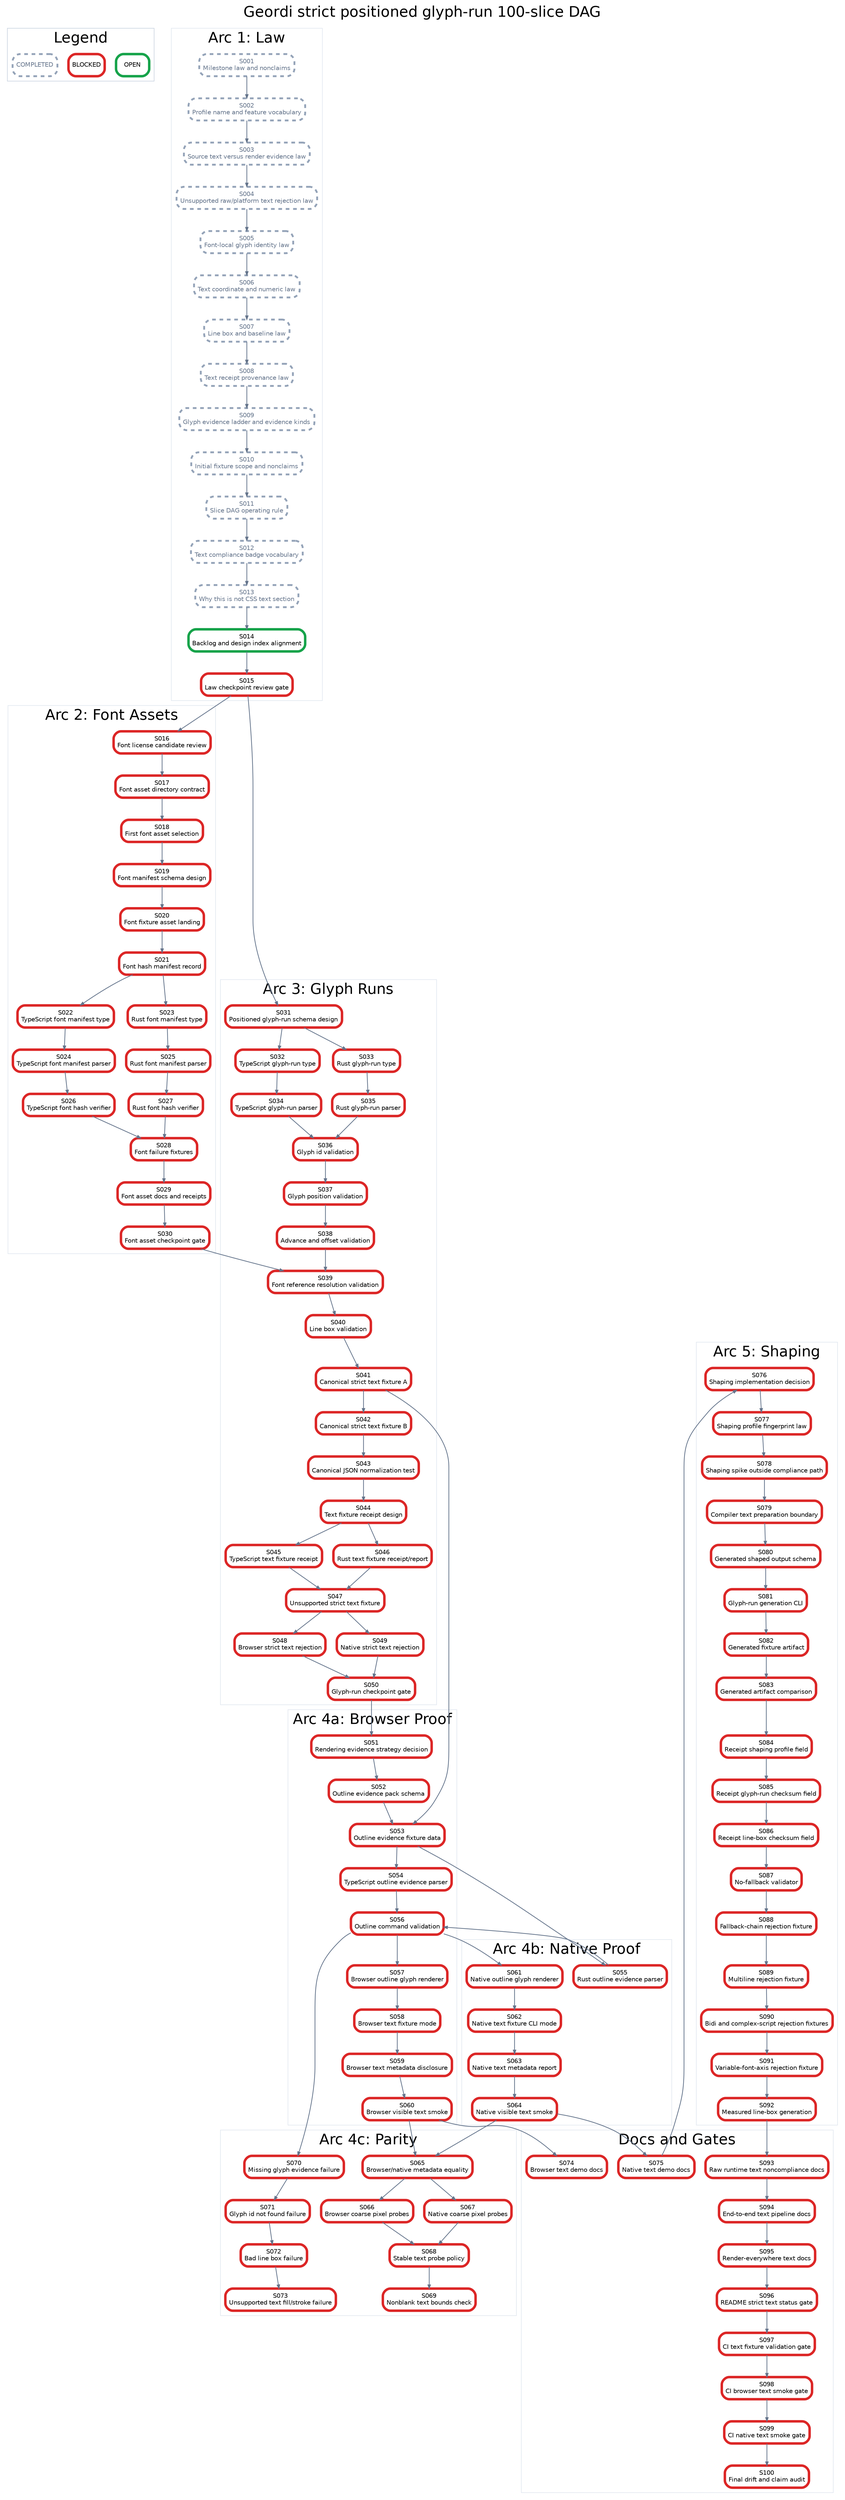
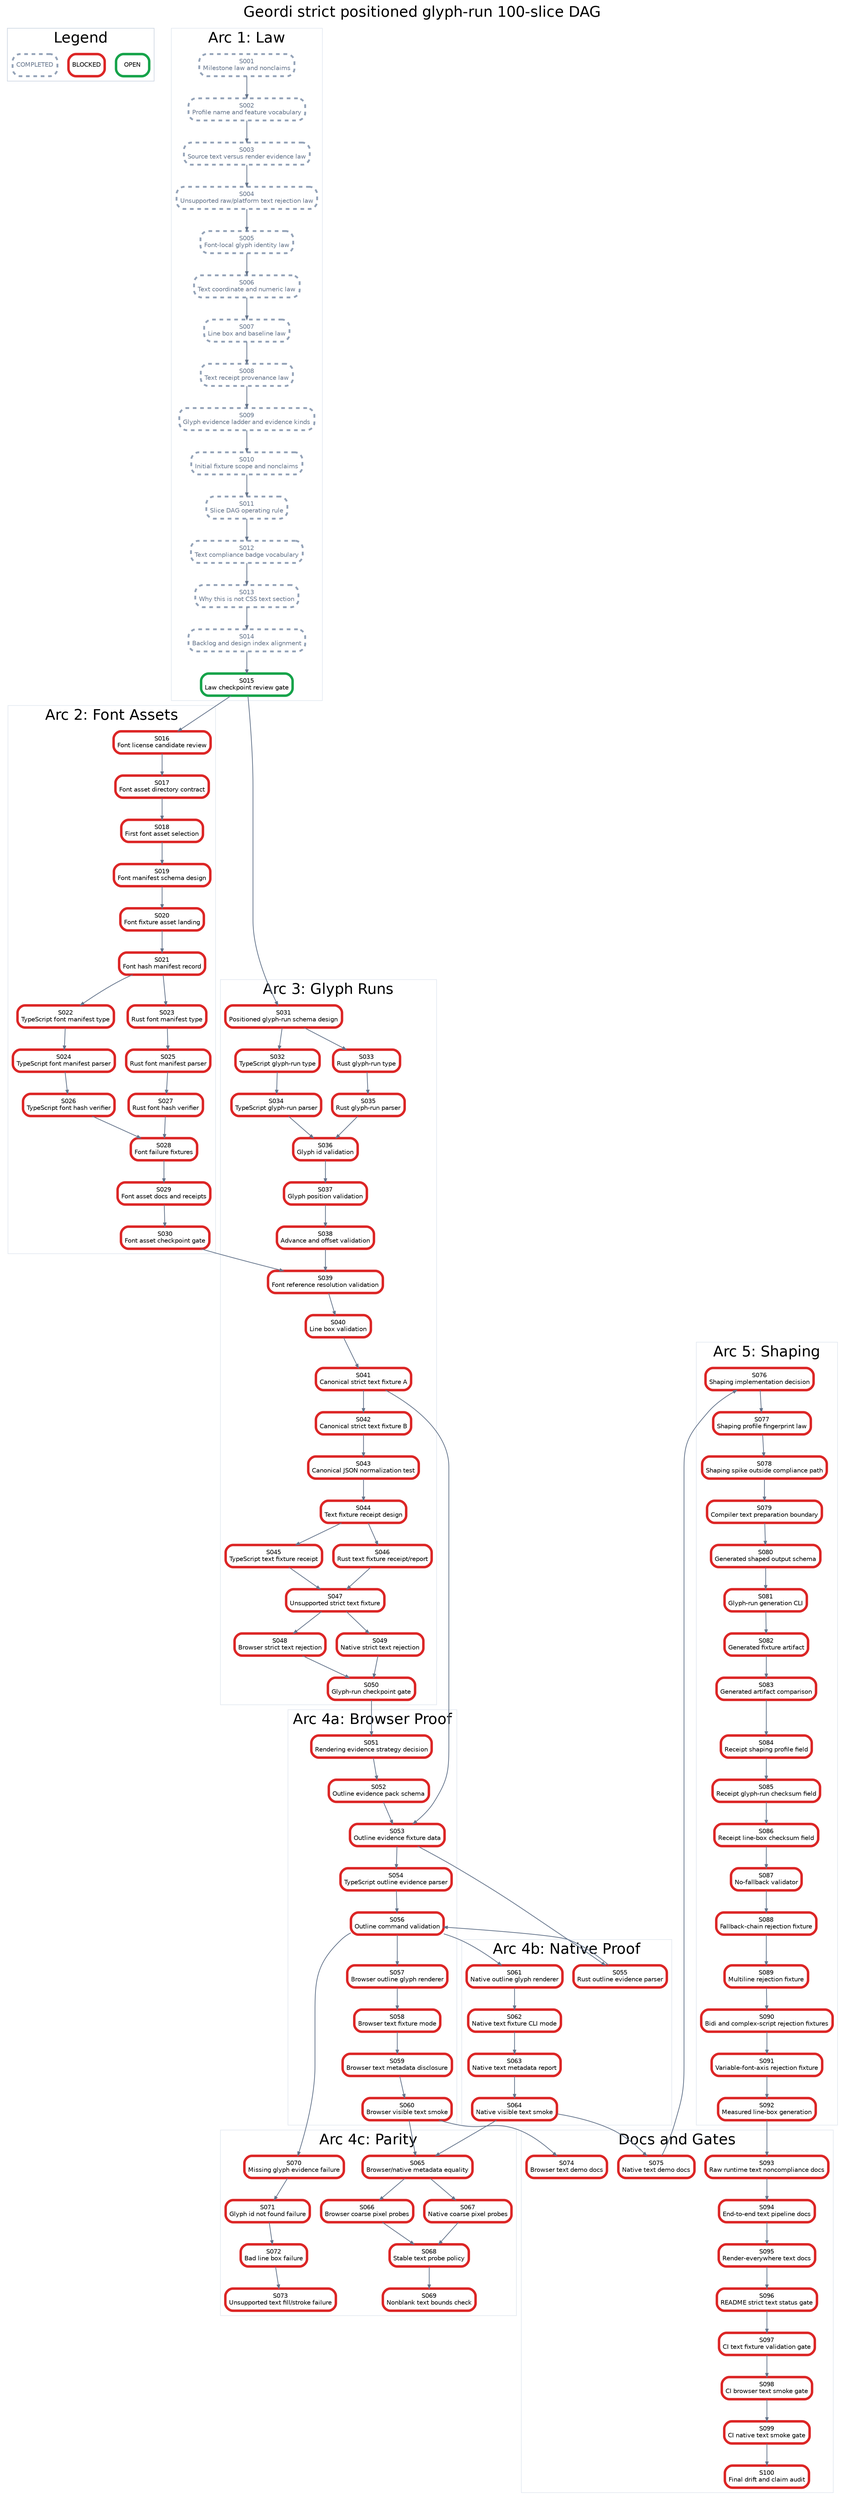
digraph StrictPositionedGlyphRunPlan {
  graph [rankdir=TB, bgcolor="white", fontname="Helvetica", label="Geordi strict positioned glyph-run 100-slice DAG", labelloc="t", fontsize=24];
  node [shape=box, style="rounded,filled", fillcolor="white", fontname="Helvetica", fontsize=10, margin="0.08,0.05"];
  edge [color="#64748b", arrowsize=0.6, penwidth=1.2];

  subgraph cluster_legend {
    label="Legend";
    color="#cbd5e1";
    legend_open [label="OPEN", color="#16a34a", penwidth=4];
    legend_blocked [label="BLOCKED", color="#dc2626", penwidth=4];
    legend_done [label="COMPLETED", color="#94a3b8", penwidth=3, style="rounded,filled,dashed", fontcolor="#64748b"];
  }

  subgraph cluster_law {
    label="Arc 1: Law";
    color="#e2e8f0";
    S001 [label="S001\nMilestone law and nonclaims", color="#94a3b8", penwidth=3, style="rounded,filled,dashed", fontcolor="#64748b"];
    S002 [label="S002\nProfile name and feature vocabulary", color="#94a3b8", penwidth=3, style="rounded,filled,dashed", fontcolor="#64748b"];
    S003 [label="S003\nSource text versus render evidence law", color="#94a3b8", penwidth=3, style="rounded,filled,dashed", fontcolor="#64748b"];
    S004 [label="S004\nUnsupported raw/platform text rejection law", color="#94a3b8", penwidth=3, style="rounded,filled,dashed", fontcolor="#64748b"];
    S005 [label="S005\nFont-local glyph identity law", color="#94a3b8", penwidth=3, style="rounded,filled,dashed", fontcolor="#64748b"];
    S006 [label="S006\nText coordinate and numeric law", color="#94a3b8", penwidth=3, style="rounded,filled,dashed", fontcolor="#64748b"];
    S007 [label="S007\nLine box and baseline law", color="#94a3b8", penwidth=3, style="rounded,filled,dashed", fontcolor="#64748b"];
    S008 [label="S008\nText receipt provenance law", color="#94a3b8", penwidth=3, style="rounded,filled,dashed", fontcolor="#64748b"];
    S009 [label="S009\nGlyph evidence ladder and evidence kinds", color="#94a3b8", penwidth=3, style="rounded,filled,dashed", fontcolor="#64748b"];
    S010 [label="S010\nInitial fixture scope and nonclaims", color="#94a3b8", penwidth=3, style="rounded,filled,dashed", fontcolor="#64748b"];
    S011 [label="S011\nSlice DAG operating rule", color="#94a3b8", penwidth=3, style="rounded,filled,dashed", fontcolor="#64748b"];
    S012 [label="S012\nText compliance badge vocabulary", color="#94a3b8", penwidth=3, style="rounded,filled,dashed", fontcolor="#64748b"];
    S013 [label="S013\nWhy this is not CSS text section", color="#94a3b8", penwidth=3, style="rounded,filled,dashed", fontcolor="#64748b"];
-     S014 [label="S014\nBacklog and design index alignment", color="#16a34a", penwidth=4];
-     S015 [label="S015\nLaw checkpoint review gate", color="#dc2626", penwidth=4];
+     S014 [label="S014\nBacklog and design index alignment", color="#94a3b8", penwidth=3, style="rounded,filled,dashed", fontcolor="#64748b"];
+     S015 [label="S015\nLaw checkpoint review gate", color="#16a34a", penwidth=4];
  }

  subgraph cluster_assets {
    label="Arc 2: Font Assets";
    color="#e2e8f0";
    S016 [label="S016\nFont license candidate review", color="#dc2626", penwidth=4];
    S017 [label="S017\nFont asset directory contract", color="#dc2626", penwidth=4];
    S018 [label="S018\nFirst font asset selection", color="#dc2626", penwidth=4];
    S019 [label="S019\nFont manifest schema design", color="#dc2626", penwidth=4];
    S020 [label="S020\nFont fixture asset landing", color="#dc2626", penwidth=4];
    S021 [label="S021\nFont hash manifest record", color="#dc2626", penwidth=4];
    S022 [label="S022\nTypeScript font manifest type", color="#dc2626", penwidth=4];
    S023 [label="S023\nRust font manifest type", color="#dc2626", penwidth=4];
    S024 [label="S024\nTypeScript font manifest parser", color="#dc2626", penwidth=4];
    S025 [label="S025\nRust font manifest parser", color="#dc2626", penwidth=4];
    S026 [label="S026\nTypeScript font hash verifier", color="#dc2626", penwidth=4];
    S027 [label="S027\nRust font hash verifier", color="#dc2626", penwidth=4];
    S028 [label="S028\nFont failure fixtures", color="#dc2626", penwidth=4];
    S029 [label="S029\nFont asset docs and receipts", color="#dc2626", penwidth=4];
    S030 [label="S030\nFont asset checkpoint gate", color="#dc2626", penwidth=4];
  }

  subgraph cluster_glyph {
    label="Arc 3: Glyph Runs";
    color="#e2e8f0";
    S031 [label="S031\nPositioned glyph-run schema design", color="#dc2626", penwidth=4];
    S032 [label="S032\nTypeScript glyph-run type", color="#dc2626", penwidth=4];
    S033 [label="S033\nRust glyph-run type", color="#dc2626", penwidth=4];
    S034 [label="S034\nTypeScript glyph-run parser", color="#dc2626", penwidth=4];
    S035 [label="S035\nRust glyph-run parser", color="#dc2626", penwidth=4];
    S036 [label="S036\nGlyph id validation", color="#dc2626", penwidth=4];
    S037 [label="S037\nGlyph position validation", color="#dc2626", penwidth=4];
    S038 [label="S038\nAdvance and offset validation", color="#dc2626", penwidth=4];
    S039 [label="S039\nFont reference resolution validation", color="#dc2626", penwidth=4];
    S040 [label="S040\nLine box validation", color="#dc2626", penwidth=4];
    S041 [label="S041\nCanonical strict text fixture A", color="#dc2626", penwidth=4];
    S042 [label="S042\nCanonical strict text fixture B", color="#dc2626", penwidth=4];
    S043 [label="S043\nCanonical JSON normalization test", color="#dc2626", penwidth=4];
    S044 [label="S044\nText fixture receipt design", color="#dc2626", penwidth=4];
    S045 [label="S045\nTypeScript text fixture receipt", color="#dc2626", penwidth=4];
    S046 [label="S046\nRust text fixture receipt/report", color="#dc2626", penwidth=4];
    S047 [label="S047\nUnsupported strict text fixture", color="#dc2626", penwidth=4];
    S048 [label="S048\nBrowser strict text rejection", color="#dc2626", penwidth=4];
    S049 [label="S049\nNative strict text rejection", color="#dc2626", penwidth=4];
    S050 [label="S050\nGlyph-run checkpoint gate", color="#dc2626", penwidth=4];
  }

  subgraph cluster_browser {
    label="Arc 4a: Browser Proof";
    color="#e2e8f0";
    S051 [label="S051\nRendering evidence strategy decision", color="#dc2626", penwidth=4];
    S052 [label="S052\nOutline evidence pack schema", color="#dc2626", penwidth=4];
    S053 [label="S053\nOutline evidence fixture data", color="#dc2626", penwidth=4];
    S054 [label="S054\nTypeScript outline evidence parser", color="#dc2626", penwidth=4];
    S056 [label="S056\nOutline command validation", color="#dc2626", penwidth=4];
    S057 [label="S057\nBrowser outline glyph renderer", color="#dc2626", penwidth=4];
    S058 [label="S058\nBrowser text fixture mode", color="#dc2626", penwidth=4];
    S059 [label="S059\nBrowser text metadata disclosure", color="#dc2626", penwidth=4];
    S060 [label="S060\nBrowser visible text smoke", color="#dc2626", penwidth=4];
  }

  subgraph cluster_native {
    label="Arc 4b: Native Proof";
    color="#e2e8f0";
    S055 [label="S055\nRust outline evidence parser", color="#dc2626", penwidth=4];
    S061 [label="S061\nNative outline glyph renderer", color="#dc2626", penwidth=4];
    S062 [label="S062\nNative text fixture CLI mode", color="#dc2626", penwidth=4];
    S063 [label="S063\nNative text metadata report", color="#dc2626", penwidth=4];
    S064 [label="S064\nNative visible text smoke", color="#dc2626", penwidth=4];
  }

  subgraph cluster_parity {
    label="Arc 4c: Parity";
    color="#e2e8f0";
    S065 [label="S065\nBrowser/native metadata equality", color="#dc2626", penwidth=4];
    S066 [label="S066\nBrowser coarse pixel probes", color="#dc2626", penwidth=4];
    S067 [label="S067\nNative coarse pixel probes", color="#dc2626", penwidth=4];
    S068 [label="S068\nStable text probe policy", color="#dc2626", penwidth=4];
    S069 [label="S069\nNonblank text bounds check", color="#dc2626", penwidth=4];
    S070 [label="S070\nMissing glyph evidence failure", color="#dc2626", penwidth=4];
    S071 [label="S071\nGlyph id not found failure", color="#dc2626", penwidth=4];
    S072 [label="S072\nBad line box failure", color="#dc2626", penwidth=4];
    S073 [label="S073\nUnsupported text fill/stroke failure", color="#dc2626", penwidth=4];
  }

  subgraph cluster_shaping {
    label="Arc 5: Shaping";
    color="#e2e8f0";
    S076 [label="S076\nShaping implementation decision", color="#dc2626", penwidth=4];
    S077 [label="S077\nShaping profile fingerprint law", color="#dc2626", penwidth=4];
    S078 [label="S078\nShaping spike outside compliance path", color="#dc2626", penwidth=4];
    S079 [label="S079\nCompiler text preparation boundary", color="#dc2626", penwidth=4];
    S080 [label="S080\nGenerated shaped output schema", color="#dc2626", penwidth=4];
    S081 [label="S081\nGlyph-run generation CLI", color="#dc2626", penwidth=4];
    S082 [label="S082\nGenerated fixture artifact", color="#dc2626", penwidth=4];
    S083 [label="S083\nGenerated artifact comparison", color="#dc2626", penwidth=4];
    S084 [label="S084\nReceipt shaping profile field", color="#dc2626", penwidth=4];
    S085 [label="S085\nReceipt glyph-run checksum field", color="#dc2626", penwidth=4];
    S086 [label="S086\nReceipt line-box checksum field", color="#dc2626", penwidth=4];
    S087 [label="S087\nNo-fallback validator", color="#dc2626", penwidth=4];
    S088 [label="S088\nFallback-chain rejection fixture", color="#dc2626", penwidth=4];
    S089 [label="S089\nMultiline rejection fixture", color="#dc2626", penwidth=4];
    S090 [label="S090\nBidi and complex-script rejection fixtures", color="#dc2626", penwidth=4];
    S091 [label="S091\nVariable-font-axis rejection fixture", color="#dc2626", penwidth=4];
    S092 [label="S092\nMeasured line-box generation", color="#dc2626", penwidth=4];
  }

  subgraph cluster_docs {
    label="Docs and Gates";
    color="#e2e8f0";
    S074 [label="S074\nBrowser text demo docs", color="#dc2626", penwidth=4];
    S075 [label="S075\nNative text demo docs", color="#dc2626", penwidth=4];
    S093 [label="S093\nRaw runtime text noncompliance docs", color="#dc2626", penwidth=4];
    S094 [label="S094\nEnd-to-end text pipeline docs", color="#dc2626", penwidth=4];
    S095 [label="S095\nRender-everywhere text docs", color="#dc2626", penwidth=4];
    S096 [label="S096\nREADME strict text status gate", color="#dc2626", penwidth=4];
    S097 [label="S097\nCI text fixture validation gate", color="#dc2626", penwidth=4];
    S098 [label="S098\nCI browser text smoke gate", color="#dc2626", penwidth=4];
    S099 [label="S099\nCI native text smoke gate", color="#dc2626", penwidth=4];
    S100 [label="S100\nFinal drift and claim audit", color="#dc2626", penwidth=4];
  }

  S001 -> S002;
  S002 -> S003;
  S003 -> S004;
  S004 -> S005;
  S005 -> S006;
  S006 -> S007;
  S007 -> S008;
  S008 -> S009;
  S009 -> S010;
  S010 -> S011;
  S011 -> S012;
  S012 -> S013;
  S013 -> S014;
  S014 -> S015;
  S015 -> S016;
  S016 -> S017;
  S017 -> S018;
  S018 -> S019;
  S019 -> S020;
  S020 -> S021;
  S021 -> S022;
  S021 -> S023;
  S022 -> S024;
  S023 -> S025;
  S024 -> S026;
  S025 -> S027;
  S026 -> S028;
  S027 -> S028;
  S028 -> S029;
  S029 -> S030;
  S015 -> S031;
  S031 -> S032;
  S031 -> S033;
  S032 -> S034;
  S033 -> S035;
  S034 -> S036;
  S035 -> S036;
  S036 -> S037;
  S037 -> S038;
  S038 -> S039;
  S039 -> S040;
  S030 -> S039;
  S040 -> S041;
  S041 -> S042;
  S042 -> S043;
  S043 -> S044;
  S044 -> S045;
  S044 -> S046;
  S045 -> S047;
  S046 -> S047;
  S047 -> S048;
  S047 -> S049;
  S048 -> S050;
  S049 -> S050;
  S050 -> S051;
  S051 -> S052;
  S052 -> S053;
  S041 -> S053;
  S053 -> S054;
  S053 -> S055;
  S054 -> S056;
  S055 -> S056;
  S056 -> S057;
  S057 -> S058;
  S058 -> S059;
  S059 -> S060;
  S056 -> S061;
  S061 -> S062;
  S062 -> S063;
  S063 -> S064;
  S060 -> S065;
  S064 -> S065;
  S065 -> S066;
  S065 -> S067;
  S066 -> S068;
  S067 -> S068;
  S068 -> S069;
  S056 -> S070;
  S070 -> S071;
  S071 -> S072;
  S072 -> S073;
  S060 -> S074;
  S064 -> S075;
  S075 -> S076;
  S076 -> S077;
  S077 -> S078;
  S078 -> S079;
  S079 -> S080;
  S080 -> S081;
  S081 -> S082;
  S082 -> S083;
  S083 -> S084;
  S084 -> S085;
  S085 -> S086;
  S086 -> S087;
  S087 -> S088;
  S088 -> S089;
  S089 -> S090;
  S090 -> S091;
  S091 -> S092;
  S092 -> S093;
  S093 -> S094;
  S094 -> S095;
  S095 -> S096;
  S096 -> S097;
  S097 -> S098;
  S098 -> S099;
  S099 -> S100;
}
